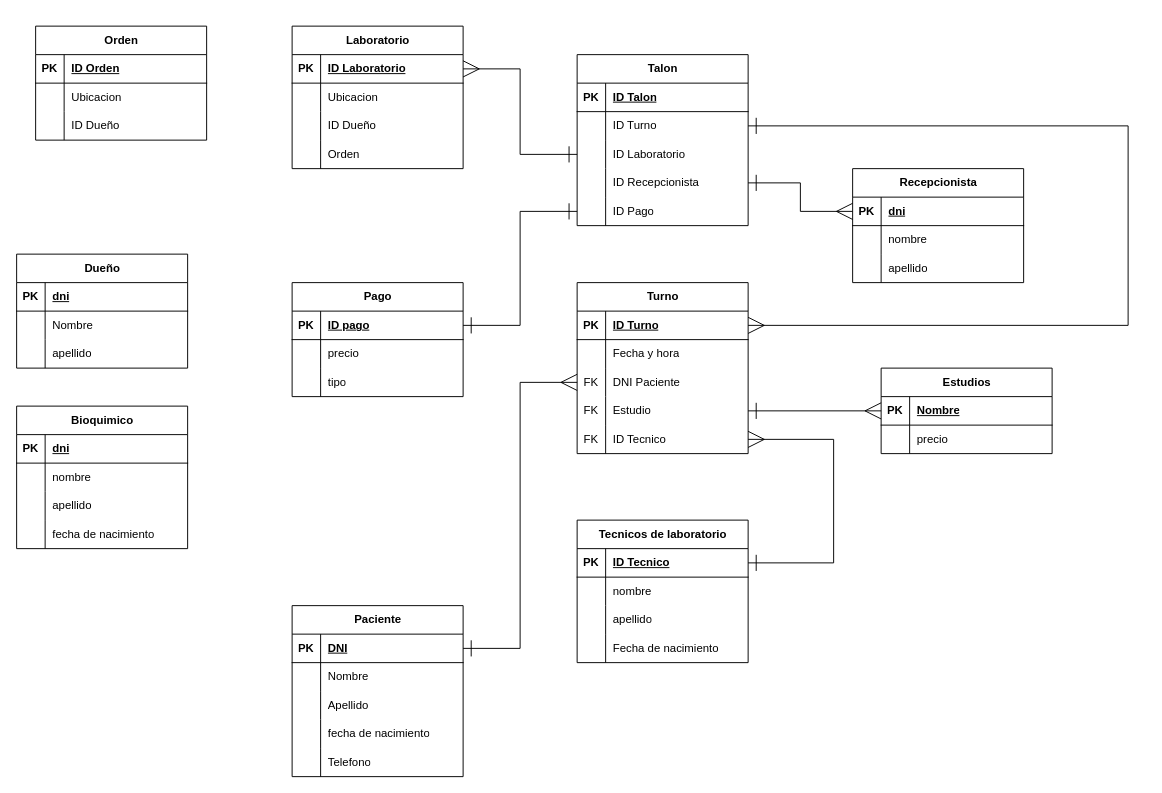
The draw.io diagram Diagrama.drawio in EmanuelRigo/entrega-final-sql-coderhouse, before the edit. Source tidied: cells renumbered, new cells numbered last; positions are measured from the earlier drawing's top-left corner, leaving out a move shared by most shapes. Both pictures are drawn from the tidied source at 95%, with x=0, y=0 at pixel (16, 26).
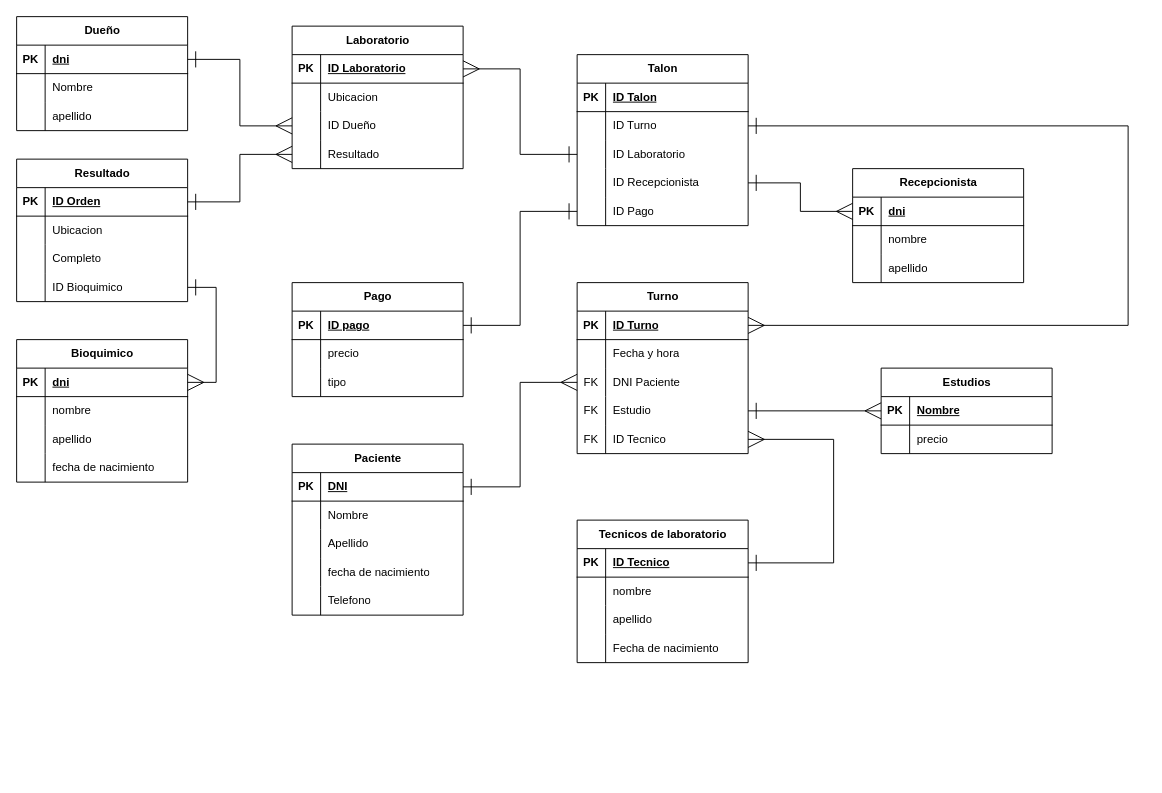
Above is the later version.

Unchanged cells that the change refers to:
```xml
<mxCell id="49" style="shape=tableRow;horizontal=0;startSize=0;swimlaneHead=0;swimlaneBody=0;fillColor=none;points=[[0,0.5],[1,0.5]];portConstraint=eastwest;top=0;left=0;right=0;bottom=1;swimlaneLine=1;shadow=0;rounded=0;" parent="48" vertex="1">
  <mxGeometry y="30" width="180" height="30" as="geometry" />
</mxCell>
<mxCell id="84" style="shape=tableRow;horizontal=0;startSize=0;swimlaneHead=0;swimlaneBody=0;fillColor=none;points=[[0,0.5],[1,0.5]];portConstraint=eastwest;top=0;left=0;right=0;bottom=0;" parent="77" vertex="1">
  <mxGeometry y="90" width="180" height="30" as="geometry" />
</mxCell>
<mxCell id="87" style="shape=tableRow;horizontal=0;startSize=0;swimlaneHead=0;swimlaneBody=0;fillColor=none;points=[[0,0.5],[1,0.5]];portConstraint=eastwest;top=0;left=0;right=0;bottom=0;" parent="77" vertex="1">
  <mxGeometry y="120" width="180" height="30" as="geometry" />
</mxCell>
<mxCell id="91" style="shape=tableRow;horizontal=0;startSize=0;swimlaneHead=0;swimlaneBody=0;fillColor=none;points=[[0,0.5],[1,0.5]];portConstraint=eastwest;top=0;left=0;right=0;bottom=1;swimlaneLine=1;shadow=0;rounded=0;" parent="90" vertex="1">
  <mxGeometry y="30" width="180" height="30" as="geometry" />
</mxCell>
<mxCell id="134" style="shape=tableRow;horizontal=0;startSize=0;swimlaneHead=0;swimlaneBody=0;fillColor=none;points=[[0,0.5],[1,0.5]];portConstraint=eastwest;top=0;left=0;right=0;bottom=1;swimlaneLine=1;shadow=0;rounded=0;" parent="133" vertex="1">
  <mxGeometry y="30" width="180" height="30" as="geometry" />
</mxCell>
<mxCell id="140" style="shape=tableRow;horizontal=0;startSize=0;swimlaneHead=0;swimlaneBody=0;fillColor=none;top=0;left=0;right=0;bottom=0;" parent="133" vertex="1">
  <mxGeometry y="90" width="180" height="30" as="geometry" />
</mxCell>
```

What changed in the source:
```diff
@@
     <mxCell id="2" value="Paciente" style="shape=table;startSize=30;childLayout=tableLayout;rowLines=0;fontStyle=1;align=center;html=1;fontColor=default;labelBackgroundColor=none;labelBorderColor=none;textShadow=0;" parent="1" vertex="1">
-      <mxGeometry x="290" y="610" width="180" height="180" as="geometry" />
+      <mxGeometry x="290" y="440" width="180" height="180" as="geometry" />
     </mxCell>
@@
     <mxCell id="48" value="Bioquimico" style="shape=table;startSize=30;childLayout=tableLayout;rowLines=0;fontStyle=1;align=center;html=1;fontColor=default;labelBackgroundColor=none;labelBorderColor=none;textShadow=0;" parent="1" vertex="1">
-      <mxGeometry y="400" width="180" height="150" as="geometry" />
+      <mxGeometry y="330" width="180" height="150" as="geometry" />
     </mxCell>
@@
-    <mxCell id="89" value="Orden" style="shape=partialRectangle;fillColor=none;top=0;left=0;bottom=0;right=0;align=left;spacingLeft=6;overflow=hidden;whiteSpace=wrap;html=1;" parent="87" vertex="1">
+    <mxCell id="89" value="Resultado" style="shape=partialRectangle;fillColor=none;top=0;left=0;bottom=0;right=0;align=left;spacingLeft=6;overflow=hidden;whiteSpace=wrap;html=1;" parent="87" vertex="1">
       <mxGeometry x="30" width="150" height="30" as="geometry" />
     </mxCell>
     <mxCell id="90" value="Dueño" style="shape=table;startSize=30;childLayout=tableLayout;rowLines=0;fontStyle=1;align=center;html=1;fontColor=default;labelBackgroundColor=none;labelBorderColor=none;textShadow=0;" parent="1" vertex="1">
-      <mxGeometry y="240" width="180" height="120" as="geometry" />
+      <mxGeometry y="-10" width="180" height="120" as="geometry" />
     </mxCell>
@@
-    <mxCell id="133" value="Orden" style="shape=table;startSize=30;childLayout=tableLayout;rowLines=0;fontStyle=1;align=center;html=1;fontColor=default;labelBackgroundColor=none;labelBorderColor=none;textShadow=0;" parent="1" vertex="1">
-      <mxGeometry x="20" width="180" height="120" as="geometry" />
+    <mxCell id="133" value="Resultado" style="shape=table;startSize=30;childLayout=tableLayout;rowLines=0;fontStyle=1;align=center;html=1;fontColor=default;labelBackgroundColor=none;labelBorderColor=none;textShadow=0;" parent="1" vertex="1">
+      <mxGeometry y="140" width="180" height="150" as="geometry" />
     </mxCell>
@@
-    <mxCell id="141" style="shape=partialRectangle;fillColor=none;top=0;left=0;bottom=0;right=0;overflow=hidden;whiteSpace=wrap;html=1;" parent="140" vertex="1">
-      <mxGeometry width="30" height="30" as="geometry" />
-    </mxCell>
-    <mxCell id="142" value="ID Dueño" style="shape=partialRectangle;fillColor=none;top=0;left=0;bottom=0;right=0;align=left;spacingLeft=6;overflow=hidden;whiteSpace=wrap;html=1;" parent="140" vertex="1">
-      <mxGeometry x="30" width="150" height="30" as="geometry" />
-    </mxCell>
+    <mxCell id="143" style="shape=partialRectangle;fillColor=none;top=0;left=0;bottom=0;right=0;overflow=hidden;whiteSpace=wrap;html=1;" parent="140" vertex="1">
+      <mxGeometry width="30" height="30" as="geometry" />
+    </mxCell>
+    <mxCell id="144" value="Completo" style="shape=partialRectangle;fillColor=none;top=0;left=0;bottom=0;right=0;align=left;spacingLeft=6;overflow=hidden;whiteSpace=wrap;html=1;" parent="140" vertex="1">
+      <mxGeometry x="30" width="150" height="30" as="geometry" />
+    </mxCell>
+    <mxCell id="145" style="shape=tableRow;horizontal=0;startSize=0;swimlaneHead=0;swimlaneBody=0;fillColor=none;points=[[0,0.5],[1,0.5]];portConstraint=eastwest;top=0;left=0;right=0;bottom=0;" parent="133" vertex="1">
+      <mxGeometry y="120" width="180" height="30" as="geometry" />
+    </mxCell>
+    <mxCell id="146" style="shape=partialRectangle;fillColor=none;top=0;left=0;bottom=0;right=0;overflow=hidden;whiteSpace=wrap;html=1;" parent="145" vertex="1">
+      <mxGeometry width="30" height="30" as="geometry" />
+    </mxCell>
+    <mxCell id="147" value="ID Bioquimico" style="shape=partialRectangle;fillColor=none;top=0;left=0;bottom=0;right=0;align=left;spacingLeft=6;overflow=hidden;whiteSpace=wrap;html=1;" parent="145" vertex="1">
+      <mxGeometry x="30" width="150" height="30" as="geometry" />
+    </mxCell>
+    <mxCell id="148" style="edgeStyle=orthogonalEdgeStyle;shape=connector;rounded=0;jettySize=auto;html=1;exitX=1;exitY=0.5;exitDx=0;exitDy=0;entryX=0;entryY=0.5;entryDx=0;entryDy=0;strokeColor=default;align=center;verticalAlign=middle;fontFamily=Helvetica;fontSize=11;fontColor=default;labelBackgroundColor=default;startArrow=ERone;startFill=0;startSize=15;endArrow=ERmany;endFill=0;endSize=15;" parent="1" edge="1" source="134" target="87">
+      <mxGeometry relative="1" as="geometry" />
+    </mxCell>
+    <mxCell id="149" style="edgeStyle=orthogonalEdgeStyle;shape=connector;rounded=0;jettySize=auto;html=1;exitX=1;exitY=0.5;exitDx=0;exitDy=0;entryX=0;entryY=0.5;entryDx=0;entryDy=0;strokeColor=default;align=center;verticalAlign=middle;fontFamily=Helvetica;fontSize=11;fontColor=default;labelBackgroundColor=default;startArrow=ERone;startFill=0;startSize=15;endArrow=ERmany;endFill=0;endSize=15;" parent="1" edge="1" source="91" target="84">
+      <mxGeometry relative="1" as="geometry" />
+    </mxCell>
+    <mxCell id="150" style="edgeStyle=orthogonalEdgeStyle;shape=connector;rounded=0;jettySize=auto;html=1;exitX=1;exitY=0.5;exitDx=0;exitDy=0;entryX=1;entryY=0.5;entryDx=0;entryDy=0;strokeColor=default;align=center;verticalAlign=middle;fontFamily=Helvetica;fontSize=11;fontColor=default;labelBackgroundColor=default;startArrow=ERone;startFill=0;startSize=15;endArrow=ERmany;endFill=0;endSize=15;" parent="1" edge="1" source="145" target="49">
+      <mxGeometry relative="1" as="geometry" />
+    </mxCell>
```
